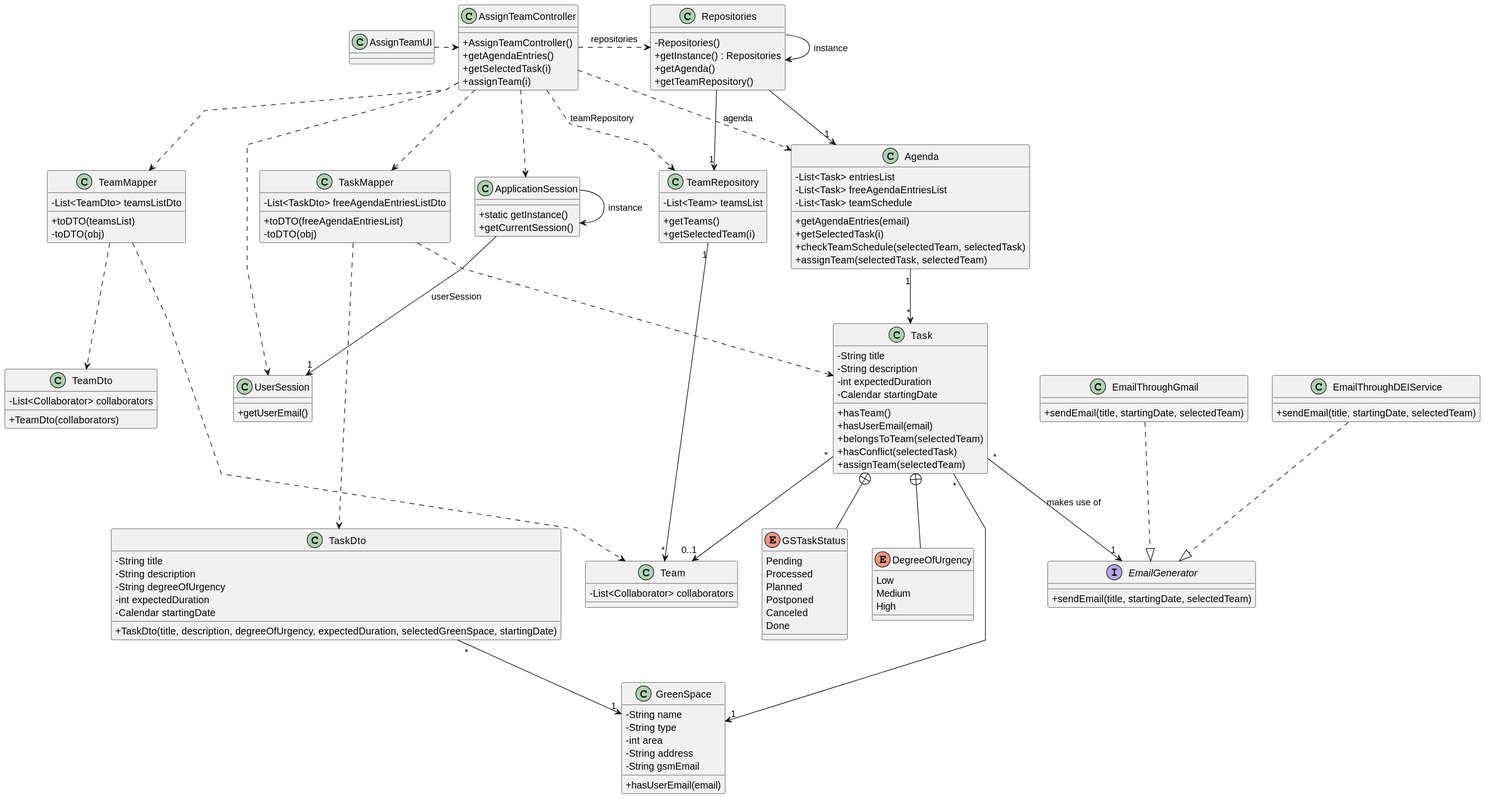
This is docs/sprintC/us023/03.design/svg/us023-class-diagram.svg from Departamento-de-Engenharia-Informatica/lei-24-s2-1dm-g132, a PlantUML export, as it was before one commit. Source of this version:
```plantuml
@startuml
skinparam packageStyle rectangle
skinparam shadowing false
skinparam linetype polyline

skinparam classAttributeIconSize 0


class AssignTeamUI
{

}

class AssignTeamController
{
    + AssignTeamController()
    + getAgendaEntries()
    + getSelectedTask(i)
    + assignTeam(i)
}

class ApplicationSession
{
    + static getInstance()
    + getCurrentSession()
}

class Repositories
{
    - Repositories()
    + getInstance() : Repositories
    + getAgenda()
    + getTeamRepository()
}

class UserSession
{
    + getUserEmail()
}

class Agenda
{
    - List<Task> entriesList
    - List<Task> freeAgendaEntriesList
    - List<Task> teamSchedule
    + getAgendaEntries(email)
    + getSelectedTask(i)
    + checkTeamSchedule(selectedTeam, selectedTask)
    + assignTeam(selectedTask, selectedTeam)
}

class TaskMapper
{
    - List<TaskDto> freeAgendaEntriesListDto
    + toDTO(freeAgendaEntriesList)
    - toDTO(obj)
}

class TaskDto
{
    - String title
    - String description
    - String degreeOfUrgency
    - int expectedDuration
    - Calendar startingDate
    + TaskDto(title, description, degreeOfUrgency, expectedDuration, selectedGreenSpace, startingDate)
}

class Task
{
    - String title
    - String description
    - int expectedDuration
    - Calendar startingDate
    + hasTeam()
    + hasUserEmail(email)
    + belongsToTeam(selectedTeam)
    + hasConflict(selectedTask)
    + assignTeam(selectedTeam)
}

enum DegreeOfUrgency
{
    Low
    Medium
    High
}

enum GSTaskStatus
{
    Pending
    Processed
    Planned
    Postponed
    Canceled
    Done
}

class TeamRepository
{
    - List<Team> teamsList
    + getTeams()
    + getSelectedTeam(i)
}

class TeamMapper
{
    - List<TeamDto> teamsListDto
    + toDTO(teamsList)
    - toDTO(obj)
}

class TeamDto
{
    - List<Collaborator> collaborators
    + TeamDto(collaborators)
}

class Team
{
    - List<Collaborator> collaborators
}

class GreenSpace
{
    - String name
    - String type
    - int area
    - String address
    - String gsmEmail
    + hasUserEmail(email)
}

interface EmailGenerator
{
    + sendEmail(title, startingDate, selectedTeam)
}

class EmailThroughGmail
{
    + sendEmail(title, startingDate, selectedTeam)
}

class EmailThroughDEIService
{
    + sendEmail(title, startingDate, selectedTeam)
}

Task +-- DegreeOfUrgency
Task +-- GSTaskStatus

Repositories -> Repositories : instance
ApplicationSession -> ApplicationSession : instance

AssignTeamUI .> AssignTeamController

AssignTeamController .> Repositories : repositories

Repositories --> "1" TeamRepository
Repositories --> "1" Agenda

AssignTeamController ..> ApplicationSession
AssignTeamController ..> UserSession
ApplicationSession --> "1" UserSession : userSession
AssignTeamController ..> Agenda : agenda
AssignTeamController ..> TeamRepository : teamRepository
AssignTeamController ..> TaskMapper
AssignTeamController ..> TeamMapper

Agenda "1" --> "*" Task
TeamRepository "1" ---> "*" Team

TaskMapper ...> TaskDto
TaskMapper ..> Task

Task "*" --> "1" GreenSpace
TaskDto "*" --> "1" GreenSpace

TeamMapper ..> TeamDto
TeamMapper ..> Team

Task "*" --> "0..1" Team

Task "*" --> "1" EmailGenerator : makes use of

EmailThroughGmail ..|> EmailGenerator
EmailThroughDEIService ..|> EmailGenerator
@enduml
```
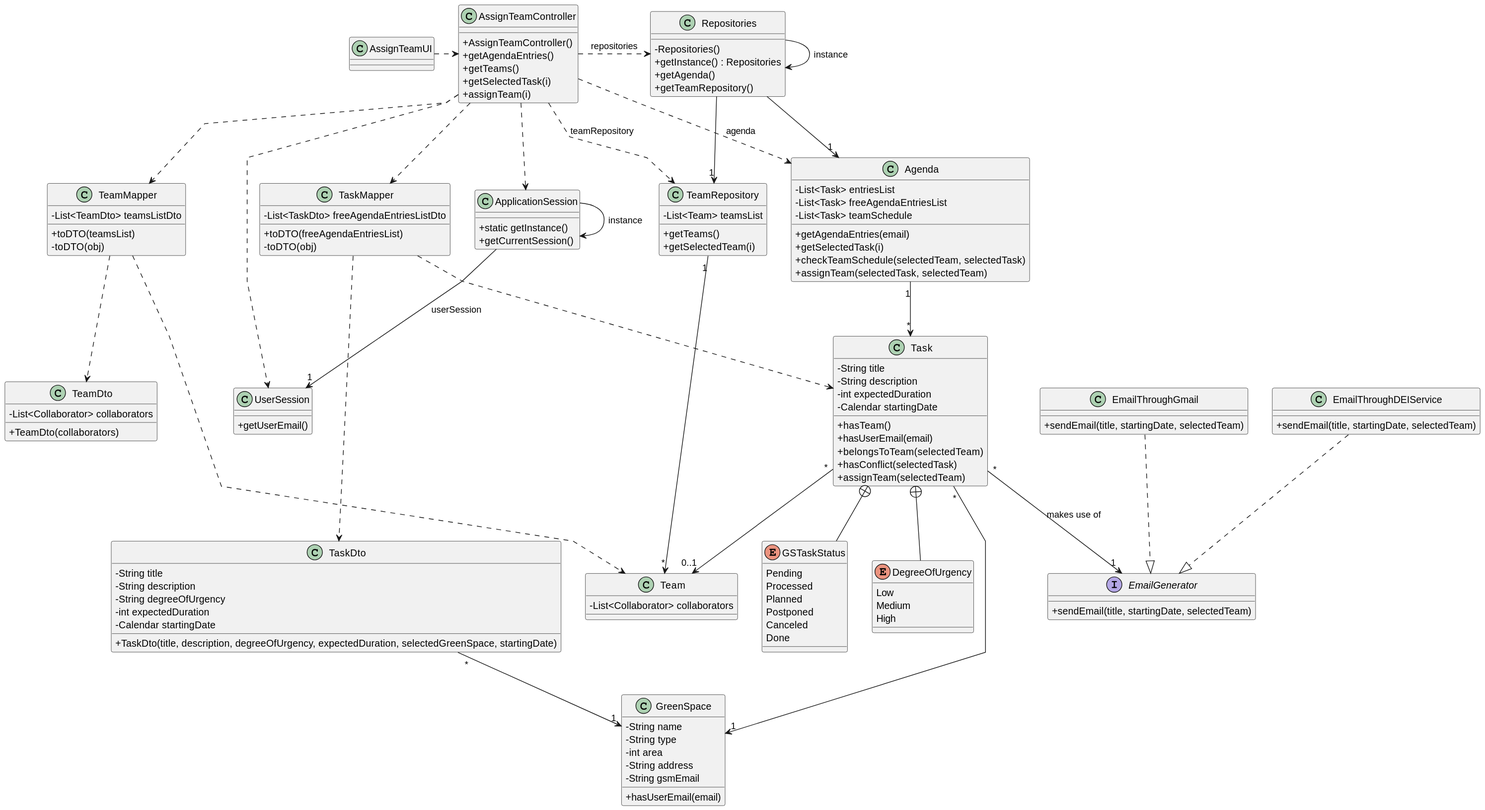
The same file after the commit.

Change to the diagram source:
```diff
@@ -15,6 +15,7 @@
 {
     + AssignTeamController()
     + getAgendaEntries()
+    + getTeams()
     + getSelectedTask(i)
     + assignTeam(i)
 }
```
